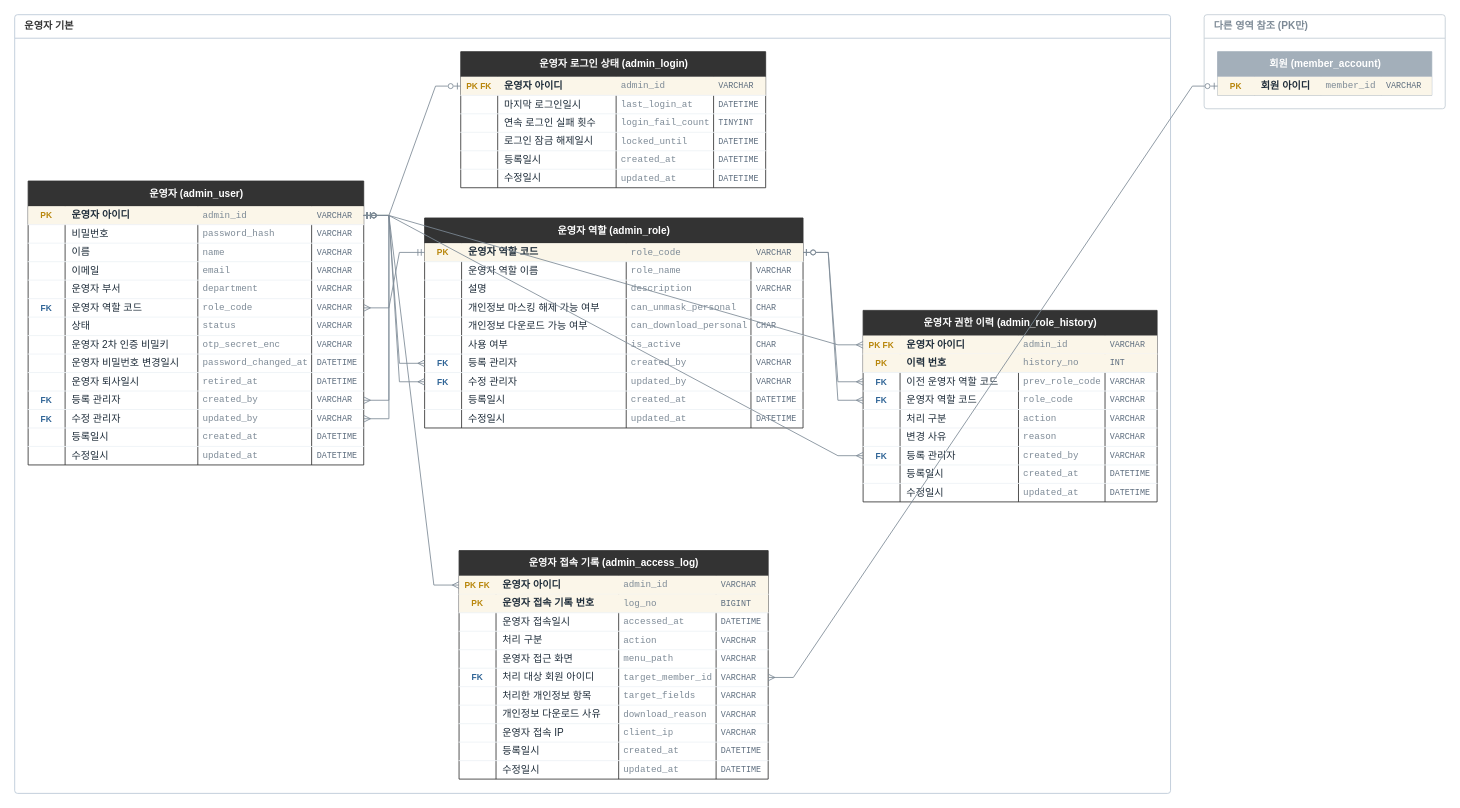
The draw.io diagram page "운영" (3 of 3) of docs/erd.drawio in jjonong/fashion-shoppingmall, before the edit. Source tidied: cells renumbered, new cells numbered last; positions are measured from the earlier drawing's top-left corner, leaving out a move shared by most shapes. Both pictures are drawn from the tidied source at 84%, with x=0, y=0 at pixel (14, 14).
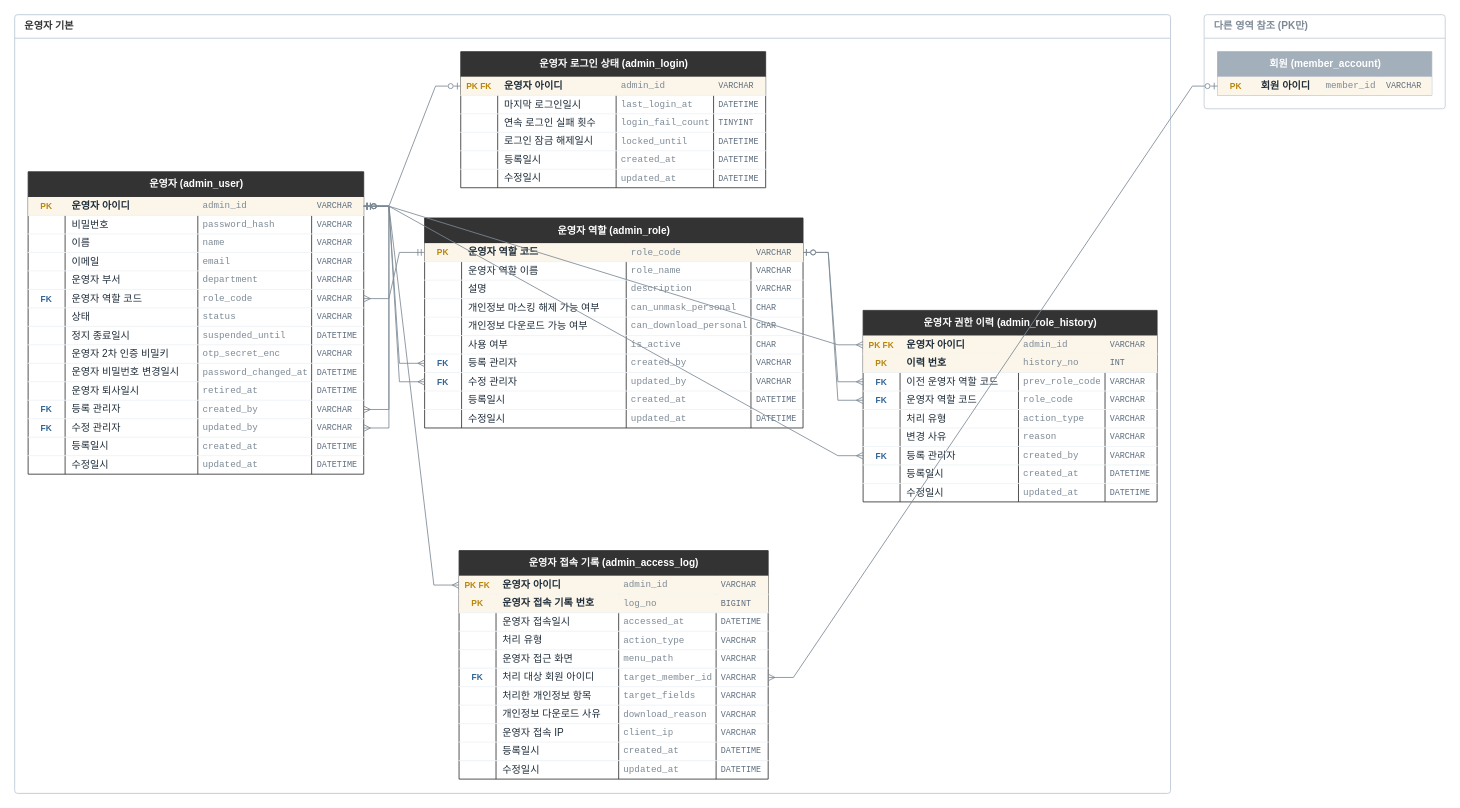
The same page after the edit.

Unchanged cells that the change refers to:
```xml
<mxCell id="2" value="운영자 기본" style="swimlane;startSize=28;rounded=1;arcSize=4;fillColor=none;swimlaneFillColor=none;strokeColor=#b9c7d6;fontColor=#333333;fontStyle=1;align=left;spacingLeft=10;html=1;" parent="1" vertex="1">
  <mxGeometry width="1376" height="927" as="geometry" />
</mxCell>
<mxCell id="177" style="shape=tableRow;horizontal=0;startSize=0;swimlaneHead=0;swimlaneBody=0;fillColor=none;top=0;left=0;right=0;bottom=1;strokeColor=#eef2f6;" parent="156" vertex="1">
  <mxGeometry y="118" width="350" height="22" as="geometry" />
</mxCell>
<mxCell id="218" style="shape=tableRow;horizontal=0;startSize=0;swimlaneHead=0;swimlaneBody=0;fillColor=none;top=0;left=0;right=0;bottom=1;strokeColor=#eef2f6;" parent="202" vertex="1">
  <mxGeometry y="96" width="368" height="22" as="geometry" />
</mxCell>
```

The edit, as a diff of the source:
```diff
@@
     <mxCell id="3" value="운영자 (admin_user)" style="shape=table;startSize=30;childLayout=tableLayout;rowLines=0;fontStyle=1;align=center;html=1;fillColor=#333333;fontColor=#ffffff;strokeColor=#333333;swimlaneFillColor=#ffffff;" parent="2" vertex="1">
-      <mxGeometry x="16" y="198" width="399.5" height="338" as="geometry" />
+      <mxGeometry x="16" y="187" width="399.5" height="360" as="geometry" />
     </mxCell>
@@
+    <mxCell id="277" style="shape=tableRow;horizontal=0;startSize=0;swimlaneHead=0;swimlaneBody=0;fillColor=none;top=0;left=0;right=0;bottom=1;strokeColor=#eef2f6;" parent="3" vertex="1">
+      <mxGeometry y="184" width="399.5" height="22" as="geometry" />
+    </mxCell>
+    <mxCell id="278" style="shape=partialRectangle;fillColor=none;top=0;left=0;bottom=0;right=0;overflow=hidden;html=1;fontStyle=1;fontColor=#2f6496;fontSize=10;align=center;" parent="277" vertex="1">
+      <mxGeometry width="44" height="22" as="geometry" />
+    </mxCell>
+    <mxCell id="279" value="정지 종료일시" style="shape=partialRectangle;fillColor=none;top=0;left=0;bottom=0;right=0;overflow=hidden;html=1;fontStyle=0;fontColor=#1f2d3a;align=left;spacingLeft=6;" parent="277" vertex="1">
+      <mxGeometry x="44" width="158" height="22" as="geometry" />
+    </mxCell>
+    <mxCell id="280" value="suspended_until" style="shape=partialRectangle;fillColor=none;top=0;left=0;bottom=0;right=0;overflow=hidden;html=1;fontFamily=Consolas;fontColor=#7d8a96;fontSize=11;align=left;spacingLeft=4;" parent="277" vertex="1">
+      <mxGeometry x="202" width="135.5" height="22" as="geometry" />
+    </mxCell>
+    <mxCell id="281" value="DATETIME" style="shape=partialRectangle;fillColor=none;top=0;left=0;bottom=0;right=0;overflow=hidden;html=1;fontFamily=Consolas;fontColor=#5d6d7e;fontSize=10;align=left;spacingLeft=4;" parent="277" vertex="1">
+      <mxGeometry x="337.5" width="62" height="22" as="geometry" />
+    </mxCell>
     <mxCell id="39" style="shape=tableRow;horizontal=0;startSize=0;swimlaneHead=0;swimlaneBody=0;fillColor=none;top=0;left=0;right=0;bottom=1;strokeColor=#eef2f6;" parent="3" vertex="1">
-      <mxGeometry y="184" width="399.5" height="22" as="geometry" />
+      <mxGeometry y="206" width="399.5" height="22" as="geometry" />
     </mxCell>
@@
     <mxCell id="44" style="shape=tableRow;horizontal=0;startSize=0;swimlaneHead=0;swimlaneBody=0;fillColor=none;top=0;left=0;right=0;bottom=1;strokeColor=#eef2f6;" parent="3" vertex="1">
-      <mxGeometry y="206" width="399.5" height="22" as="geometry" />
+      <mxGeometry y="228" width="399.5" height="22" as="geometry" />
     </mxCell>
@@
     <mxCell id="49" style="shape=tableRow;horizontal=0;startSize=0;swimlaneHead=0;swimlaneBody=0;fillColor=none;top=0;left=0;right=0;bottom=1;strokeColor=#eef2f6;" parent="3" vertex="1">
-      <mxGeometry y="228" width="399.5" height="22" as="geometry" />
+      <mxGeometry y="250" width="399.5" height="22" as="geometry" />
     </mxCell>
@@
     <mxCell id="54" style="shape=tableRow;horizontal=0;startSize=0;swimlaneHead=0;swimlaneBody=0;fillColor=none;points=[[0,0.5],[1,0.5]];portConstraint=eastwest;top=0;left=0;right=0;bottom=1;strokeColor=#eef2f6;" parent="3" vertex="1">
-      <mxGeometry y="250" width="399.5" height="22" as="geometry" />
+      <mxGeometry y="272" width="399.5" height="22" as="geometry" />
     </mxCell>
@@
     <mxCell id="59" style="shape=tableRow;horizontal=0;startSize=0;swimlaneHead=0;swimlaneBody=0;fillColor=none;points=[[0,0.5],[1,0.5]];portConstraint=eastwest;top=0;left=0;right=0;bottom=1;strokeColor=#eef2f6;" parent="3" vertex="1">
-      <mxGeometry y="272" width="399.5" height="22" as="geometry" />
+      <mxGeometry y="294" width="399.5" height="22" as="geometry" />
     </mxCell>
@@
     <mxCell id="64" style="shape=tableRow;horizontal=0;startSize=0;swimlaneHead=0;swimlaneBody=0;fillColor=none;top=0;left=0;right=0;bottom=1;strokeColor=#eef2f6;" parent="3" vertex="1">
-      <mxGeometry y="294" width="399.5" height="22" as="geometry" />
+      <mxGeometry y="316" width="399.5" height="22" as="geometry" />
     </mxCell>
@@
     <mxCell id="69" style="shape=tableRow;horizontal=0;startSize=0;swimlaneHead=0;swimlaneBody=0;fillColor=none;top=0;left=0;right=0;bottom=0;strokeColor=#eef2f6;" parent="3" vertex="1">
-      <mxGeometry y="316" width="399.5" height="22" as="geometry" />
+      <mxGeometry y="338" width="399.5" height="22" as="geometry" />
     </mxCell>
@@
-    <mxCell id="178" style="shape=partialRectangle;fillColor=none;top=0;left=0;bottom=0;right=0;overflow=hidden;html=1;fontStyle=1;fontColor=#2f6496;fontSize=10;align=center;" parent="177" vertex="1">
-      <mxGeometry width="44" height="22" as="geometry" />
-    </mxCell>
-    <mxCell id="179" value="처리 구분" style="shape=partialRectangle;fillColor=none;top=0;left=0;bottom=0;right=0;overflow=hidden;html=1;fontStyle=0;fontColor=#1f2d3a;align=left;spacingLeft=6;" parent="177" vertex="1">
-      <mxGeometry x="44" width="141" height="22" as="geometry" />
-    </mxCell>
-    <mxCell id="180" value="action" style="shape=partialRectangle;fillColor=none;top=0;left=0;bottom=0;right=0;overflow=hidden;html=1;fontFamily=Consolas;fontColor=#7d8a96;fontSize=11;align=left;spacingLeft=4;" parent="177" vertex="1">
-      <mxGeometry x="185" width="103" height="22" as="geometry" />
-    </mxCell>
+    <mxCell id="282" style="shape=partialRectangle;fillColor=none;top=0;left=0;bottom=0;right=0;overflow=hidden;html=1;fontStyle=1;fontColor=#2f6496;fontSize=10;align=center;" parent="177" vertex="1">
+      <mxGeometry width="44" height="22" as="geometry" />
+    </mxCell>
+    <mxCell id="283" value="처리 유형" style="shape=partialRectangle;fillColor=none;top=0;left=0;bottom=0;right=0;overflow=hidden;html=1;fontStyle=0;fontColor=#1f2d3a;align=left;spacingLeft=6;" parent="177" vertex="1">
+      <mxGeometry x="44" width="141" height="22" as="geometry" />
+    </mxCell>
+    <mxCell id="284" value="action_type" style="shape=partialRectangle;fillColor=none;top=0;left=0;bottom=0;right=0;overflow=hidden;html=1;fontFamily=Consolas;fontColor=#7d8a96;fontSize=11;align=left;spacingLeft=4;" parent="177" vertex="1">
+      <mxGeometry x="185" width="103" height="22" as="geometry" />
+    </mxCell>
@@
-    <mxCell id="219" style="shape=partialRectangle;fillColor=none;top=0;left=0;bottom=0;right=0;overflow=hidden;html=1;fontStyle=1;fontColor=#2f6496;fontSize=10;align=center;" parent="218" vertex="1">
-      <mxGeometry width="44" height="22" as="geometry" />
-    </mxCell>
-    <mxCell id="220" value="처리 구분" style="shape=partialRectangle;fillColor=none;top=0;left=0;bottom=0;right=0;overflow=hidden;html=1;fontStyle=0;fontColor=#1f2d3a;align=left;spacingLeft=6;" parent="218" vertex="1">
-      <mxGeometry x="44" width="146" height="22" as="geometry" />
-    </mxCell>
-    <mxCell id="221" value="action" style="shape=partialRectangle;fillColor=none;top=0;left=0;bottom=0;right=0;overflow=hidden;html=1;fontFamily=Consolas;fontColor=#7d8a96;fontSize=11;align=left;spacingLeft=4;" parent="218" vertex="1">
-      <mxGeometry x="190" width="116" height="22" as="geometry" />
-    </mxCell>
+    <mxCell id="285" style="shape=partialRectangle;fillColor=none;top=0;left=0;bottom=0;right=0;overflow=hidden;html=1;fontStyle=1;fontColor=#2f6496;fontSize=10;align=center;" parent="218" vertex="1">
+      <mxGeometry width="44" height="22" as="geometry" />
+    </mxCell>
+    <mxCell id="286" value="처리 유형" style="shape=partialRectangle;fillColor=none;top=0;left=0;bottom=0;right=0;overflow=hidden;html=1;fontStyle=0;fontColor=#1f2d3a;align=left;spacingLeft=6;" parent="218" vertex="1">
+      <mxGeometry x="44" width="146" height="22" as="geometry" />
+    </mxCell>
+    <mxCell id="287" value="action_type" style="shape=partialRectangle;fillColor=none;top=0;left=0;bottom=0;right=0;overflow=hidden;html=1;fontFamily=Consolas;fontColor=#7d8a96;fontSize=11;align=left;spacingLeft=4;" parent="218" vertex="1">
+      <mxGeometry x="190" width="116" height="22" as="geometry" />
+    </mxCell>
```
